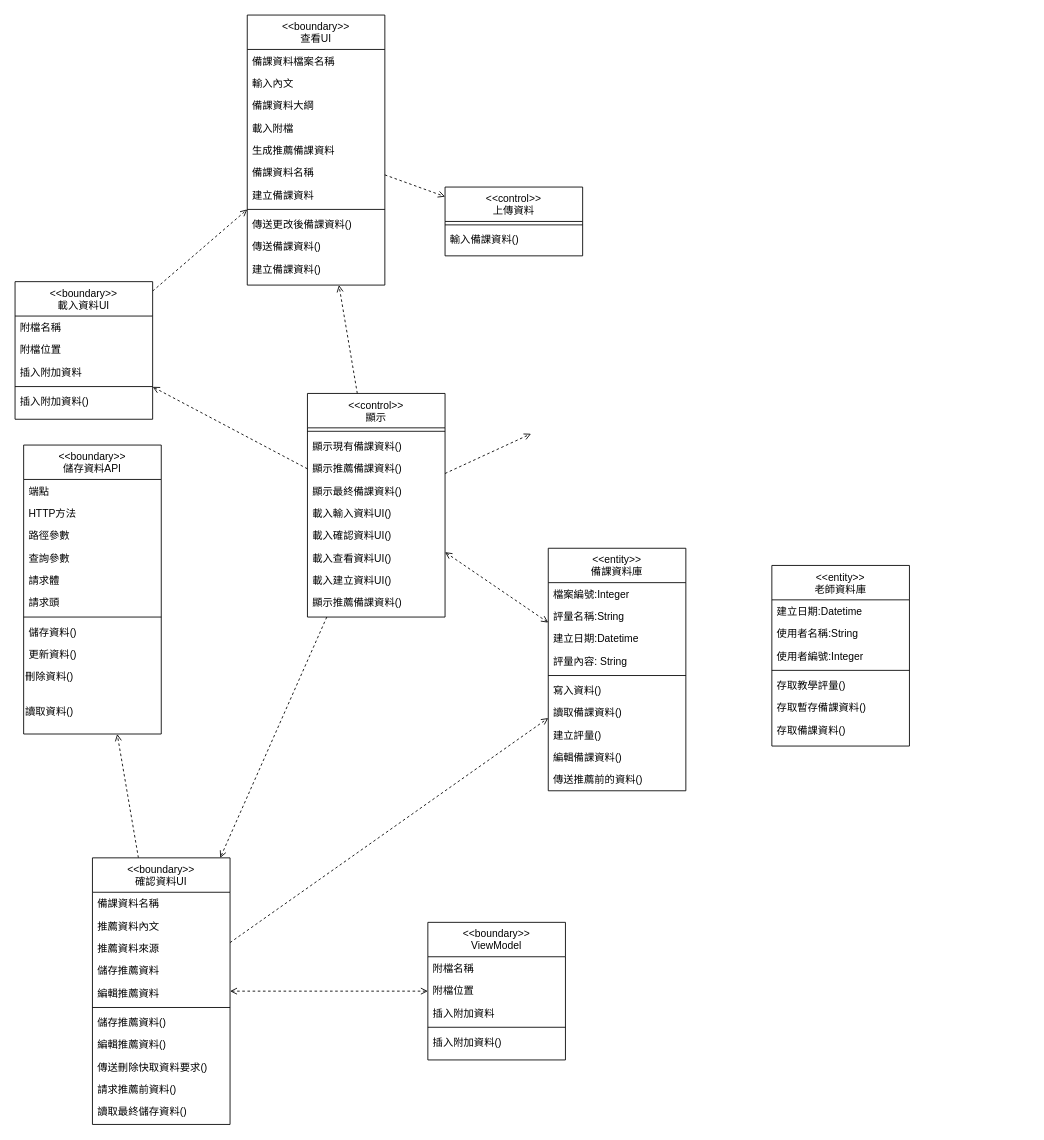
Earlier version of the draw.io diagram 類別圖(建立備課資料)修改.drawio (Kevincheng0804/System-analysis). Source tidied: cells renumbered, new cells numbered last; positions are measured from the earlier drawing's top-left corner, leaving out a move shared by most shapes. Both pictures are drawn from the tidied source at 86%, with x=0, y=0 at pixel (15, 15).
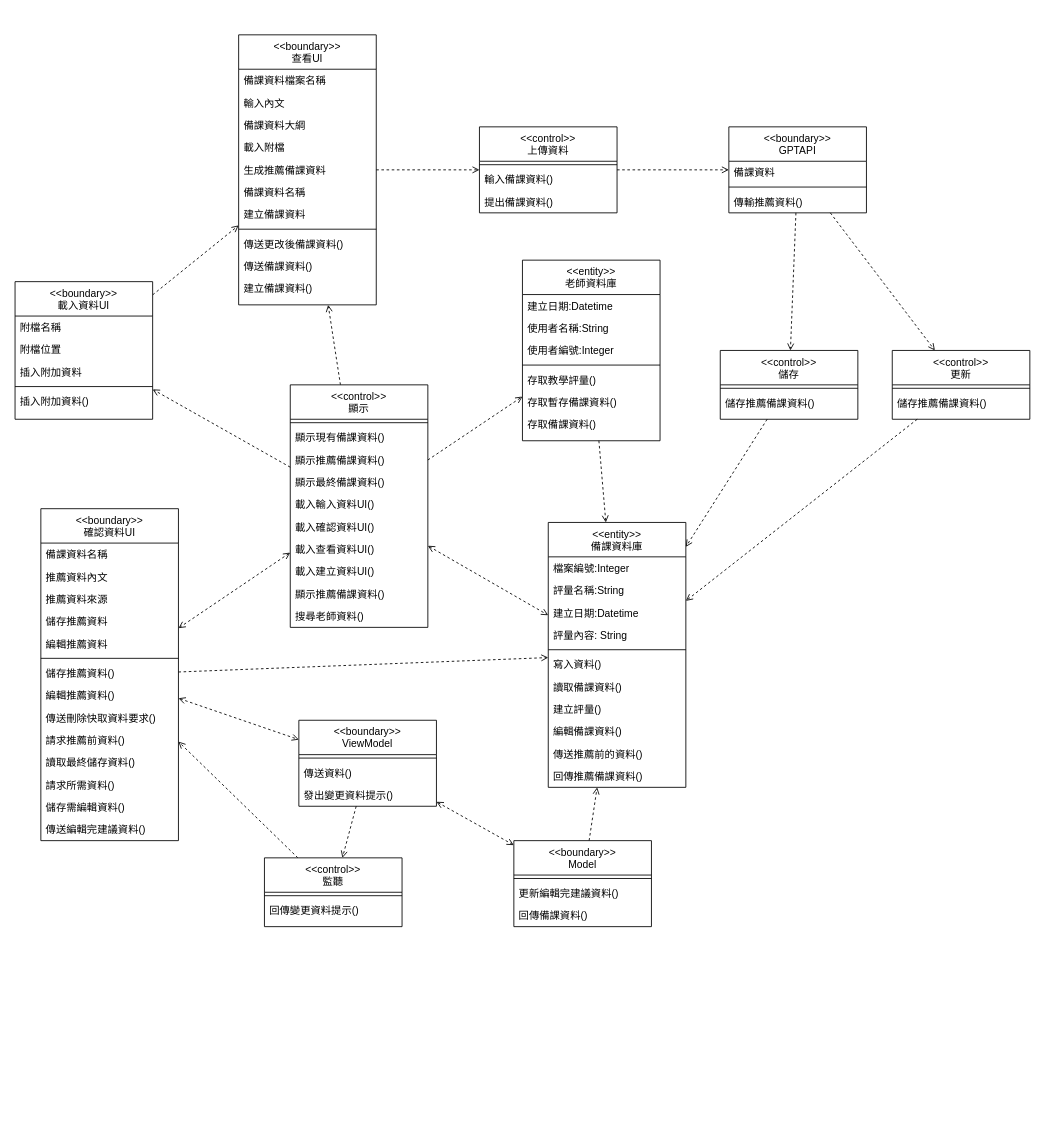
Above is the later version.

Change to the diagram source:
```diff
@@
-    <mxCell id="9" style="edgeStyle=none;html=1;dashed=1;endArrow=open;endFill=0;" parent="1" edge="1" source="10" target="49">
+    <mxCell id="9" style="edgeStyle=none;html=1;dashed=1;endArrow=open;endFill=0;startArrow=none;startFill=0;" parent="1" edge="1" source="10" target="49">
       <mxGeometry relative="1" as="geometry" />
     </mxCell>
     <mxCell id="10" value="&lt;&lt;boundary&gt;&gt;&#10;查看UI" style="swimlane;fontStyle=0;align=center;verticalAlign=top;horizontal=1;startSize=40;rounded=0;shadow=0;strokeWidth=1;" parent="1" vertex="1">
-      <mxGeometry x="270" width="160" height="314" as="geometry" />
+      <mxGeometry x="260" y="23" width="160" height="314" as="geometry" />
     </mxCell>
@@
-    <mxCell id="22" style="edgeStyle=none;html=1;dashed=1;endArrow=open;endFill=0;" parent="1" edge="1" source="25" target="37">
-      <mxGeometry relative="1" as="geometry" />
-    </mxCell>
@@
     <mxCell id="25" value="&lt;&lt;boundary&gt;&gt;&#10;確認資料UI" style="swimlane;fontStyle=0;align=center;verticalAlign=top;horizontal=1;startSize=40;rounded=0;shadow=0;strokeWidth=1;" parent="1" vertex="1">
-      <mxGeometry x="90" y="980" width="160" height="310" as="geometry" />
+      <mxGeometry x="30" y="574" width="160" height="386" as="geometry" />
     </mxCell>
@@
-    <mxCell id="37" value="&lt;&lt;boundary&gt;&gt;&#10;儲存資料API" style="swimlane;fontStyle=0;align=center;verticalAlign=top;horizontal=1;startSize=40;rounded=0;shadow=0;strokeWidth=1;" parent="1" vertex="1">
-      <mxGeometry x="10" y="500" width="160" height="336" as="geometry" />
-    </mxCell>
-    <mxCell id="38" value="端點" style="text;align=left;verticalAlign=top;spacingLeft=4;spacingRight=4;overflow=hidden;rounded=0;shadow=0;html=0;" parent="37" vertex="1">
-      <mxGeometry y="40" width="160" height="26" as="geometry" />
-    </mxCell>
-    <mxCell id="39" value="HTTP方法" style="text;align=left;verticalAlign=top;spacingLeft=4;spacingRight=4;overflow=hidden;" parent="37" vertex="1">
-      <mxGeometry y="66" width="160" height="26" as="geometry" />
-    </mxCell>
-    <mxCell id="40" value="路徑參數" style="text;align=left;verticalAlign=top;spacingLeft=4;spacingRight=4;overflow=hidden;rounded=0;shadow=0;html=0;" parent="37" vertex="1">
-      <mxGeometry y="92" width="160" height="26" as="geometry" />
-    </mxCell>
-    <mxCell id="41" value="查詢參數" style="text;align=left;verticalAlign=top;spacingLeft=4;spacingRight=4;overflow=hidden;rounded=0;shadow=0;html=0;" parent="37" vertex="1">
-      <mxGeometry y="118" width="160" height="26" as="geometry" />
-    </mxCell>
-    <mxCell id="42" value="請求體" style="text;align=left;verticalAlign=top;spacingLeft=4;spacingRight=4;overflow=hidden;rounded=0;shadow=0;html=0;" parent="37" vertex="1">
-      <mxGeometry y="144" width="160" height="26" as="geometry" />
-    </mxCell>
-    <mxCell id="43" value="請求頭" style="text;align=left;verticalAlign=top;spacingLeft=4;spacingRight=4;overflow=hidden;" parent="37" vertex="1">
-      <mxGeometry y="170" width="160" height="26" as="geometry" />
-    </mxCell>
-    <mxCell id="44" style="line;html=1;strokeWidth=1;align=left;verticalAlign=middle;spacingTop=-1;spacingLeft=3;spacingRight=3;labelPosition=right;" parent="37" vertex="1">
-      <mxGeometry y="196" width="160" height="8" as="geometry" />
-    </mxCell>
-    <mxCell id="45" value="儲存資料()" style="text;align=left;verticalAlign=top;spacingLeft=4;spacingRight=4;overflow=hidden;" parent="37" vertex="1">
-      <mxGeometry y="204" width="160" height="26" as="geometry" />
-    </mxCell>
-    <mxCell id="46" value="更新資料()" style="text;align=left;verticalAlign=top;spacingLeft=4;spacingRight=4;overflow=hidden;" parent="37" vertex="1">
-      <mxGeometry y="230" width="160" height="26" as="geometry" />
-    </mxCell>
-    <mxCell id="47" value="刪除資料()" style="text;whiteSpace=wrap;" parent="37" vertex="1">
-      <mxGeometry y="256" width="160" height="40" as="geometry" />
-    </mxCell>
-    <mxCell id="48" value="讀取資料()" style="text;whiteSpace=wrap;" parent="37" vertex="1">
-      <mxGeometry y="296" width="160" height="40" as="geometry" />
-    </mxCell>
+    <mxCell id="83" value="請求所需資料()" style="text;align=left;verticalAlign=top;spacingLeft=4;spacingRight=4;overflow=hidden;" parent="25" vertex="1">
+      <mxGeometry y="308" width="160" height="26" as="geometry" />
+    </mxCell>
+    <mxCell id="92" value="儲存需編輯資料()" style="text;align=left;verticalAlign=top;spacingLeft=4;spacingRight=4;overflow=hidden;" parent="25" vertex="1">
+      <mxGeometry y="334" width="160" height="26" as="geometry" />
+    </mxCell>
+    <mxCell id="93" value="傳送編輯完建議資料()" style="text;align=left;verticalAlign=top;spacingLeft=4;spacingRight=4;overflow=hidden;" parent="25" vertex="1">
+      <mxGeometry y="360" width="160" height="26" as="geometry" />
+    </mxCell>
+    <mxCell id="94" style="edgeStyle=none;html=1;dashed=1;startArrow=none;startFill=0;endArrow=open;endFill=0;" parent="1" edge="1" source="49" target="106">
+      <mxGeometry relative="1" as="geometry" />
+    </mxCell>
     <mxCell id="49" value="&lt;&lt;control&gt;&gt;&#10;上傳資料" style="swimlane;fontStyle=0;align=center;verticalAlign=top;horizontal=1;startSize=40;rounded=0;shadow=0;strokeWidth=1;" parent="1" vertex="1">
-      <mxGeometry x="500" y="200" width="160" height="80" as="geometry" />
+      <mxGeometry x="540" y="130" width="160" height="100" as="geometry" />
     </mxCell>
@@
+    <mxCell id="95" value="提出備課資料()" style="text;align=left;verticalAlign=top;spacingLeft=4;spacingRight=4;overflow=hidden;" parent="49" vertex="1">
+      <mxGeometry y="74" width="160" height="26" as="geometry" />
+    </mxCell>
@@
-    <mxCell id="53" style="edgeStyle=none;html=1;dashed=1;endArrow=open;endFill=0;" parent="1" edge="1" source="57" target="25">
+    <mxCell id="53" style="edgeStyle=none;html=1;dashed=1;endArrow=open;endFill=0;startArrow=open;startFill=0;" parent="1" edge="1" source="57" target="25">
       <mxGeometry relative="1" as="geometry" />
     </mxCell>
-    <mxCell id="54" style="edgeStyle=none;html=1;dashed=1;endArrow=open;endFill=0;" parent="1" edge="1" source="57">
-      <mxGeometry relative="1" as="geometry">
-        <mxPoint x="600" y="486.9" as="targetPoint" />
-      </mxGeometry>
-    </mxCell>
@@
+    <mxCell id="96" style="edgeStyle=none;html=1;dashed=1;endArrow=open;endFill=0;" parent="1" edge="1" source="57" target="84">
+      <mxGeometry relative="1" as="geometry" />
+    </mxCell>
     <mxCell id="57" value="&lt;&lt;control&gt;&gt;&#10;顯示" style="swimlane;fontStyle=0;align=center;verticalAlign=top;horizontal=1;startSize=40;rounded=0;shadow=0;strokeWidth=1;" parent="1" vertex="1">
-      <mxGeometry x="340" y="440" width="160" height="260" as="geometry" />
+      <mxGeometry x="320" y="430" width="160" height="282" as="geometry" />
     </mxCell>
@@
+    <mxCell id="97" value="搜尋老師資料()" style="text;align=left;verticalAlign=top;spacingLeft=4;spacingRight=4;overflow=hidden;" parent="57" vertex="1">
+      <mxGeometry y="256" width="160" height="26" as="geometry" />
+    </mxCell>
     <mxCell id="67" value="&lt;&lt;entity&gt;&gt;&#10;備課資料庫" style="swimlane;fontStyle=0;align=center;verticalAlign=top;horizontal=1;startSize=40;rounded=0;shadow=0;strokeWidth=1;" parent="1" vertex="1">
-      <mxGeometry x="620" y="620" width="160" height="282" as="geometry" />
+      <mxGeometry x="620" y="590" width="160" height="308" as="geometry" />
     </mxCell>
@@
+    <mxCell id="98" value="回傳推薦備課資料()" style="text;align=left;verticalAlign=top;spacingLeft=4;spacingRight=4;overflow=hidden;" parent="67" vertex="1">
+      <mxGeometry y="282" width="160" height="26" as="geometry" />
+    </mxCell>
+    <mxCell id="99" style="edgeStyle=none;html=1;dashed=1;startArrow=open;startFill=0;endArrow=open;endFill=0;" parent="1" edge="1" source="78" target="119">
+      <mxGeometry relative="1" as="geometry" />
+    </mxCell>
+    <mxCell id="100" style="edgeStyle=none;html=1;dashed=1;startArrow=none;startFill=0;endArrow=open;endFill=0;" parent="1" edge="1" source="78" target="124">
+      <mxGeometry relative="1" as="geometry" />
+    </mxCell>
     <mxCell id="78" value="&lt;&lt;boundary&gt;&gt;&#10;ViewModel" style="swimlane;fontStyle=0;align=center;verticalAlign=top;horizontal=1;startSize=40;rounded=0;shadow=0;strokeWidth=1;" parent="1" vertex="1">
-      <mxGeometry x="480" y="1055" width="160" height="160" as="geometry" />
+      <mxGeometry x="330" y="820" width="160" height="100" as="geometry" />
     </mxCell>
-    <mxCell id="79" value="附檔名稱" style="text;align=left;verticalAlign=top;spacingLeft=4;spacingRight=4;overflow=hidden;rounded=0;shadow=0;html=0;" parent="78" vertex="1">
-      <mxGeometry y="40" width="160" height="26" as="geometry" />
-    </mxCell>
-    <mxCell id="80" value="附檔位置" style="text;align=left;verticalAlign=top;spacingLeft=4;spacingRight=4;overflow=hidden;" parent="78" vertex="1">
-      <mxGeometry y="66" width="160" height="26" as="geometry" />
-    </mxCell>
-    <mxCell id="81" value="插入附加資料" style="text;align=left;verticalAlign=top;spacingLeft=4;spacingRight=4;overflow=hidden;rounded=0;shadow=0;html=0;" parent="78" vertex="1">
-      <mxGeometry y="92" width="160" height="26" as="geometry" />
-    </mxCell>
     <mxCell id="82" style="line;html=1;strokeWidth=1;align=left;verticalAlign=middle;spacingTop=-1;spacingLeft=3;spacingRight=3;labelPosition=right;" parent="78" vertex="1">
-      <mxGeometry y="118" width="160" height="8" as="geometry" />
+      <mxGeometry y="40" width="160" height="8" as="geometry" />
     </mxCell>
-    <mxCell id="83" value="插入附加資料()" style="text;align=left;verticalAlign=top;spacingLeft=4;spacingRight=4;overflow=hidden;" parent="78" vertex="1">
-      <mxGeometry y="126" width="160" height="26" as="geometry" />
-    </mxCell>
+    <mxCell id="101" value="傳送資料()" style="text;align=left;verticalAlign=top;spacingLeft=4;spacingRight=4;overflow=hidden;" parent="78" vertex="1">
+      <mxGeometry y="48" width="160" height="26" as="geometry" />
+    </mxCell>
+    <mxCell id="102" value="發出變更資料提示()" style="text;align=left;verticalAlign=top;spacingLeft=4;spacingRight=4;overflow=hidden;" parent="78" vertex="1">
+      <mxGeometry y="74" width="160" height="26" as="geometry" />
+    </mxCell>
+    <mxCell id="103" style="edgeStyle=none;html=1;dashed=1;endArrow=open;endFill=0;" parent="1" edge="1" source="84" target="67">
+      <mxGeometry relative="1" as="geometry" />
+    </mxCell>
     <mxCell id="84" value="&lt;&lt;entity&gt;&gt;&#10;老師資料庫" style="swimlane;fontStyle=0;align=center;verticalAlign=top;horizontal=1;startSize=40;rounded=0;shadow=0;strokeWidth=1;" parent="1" vertex="1">
-      <mxGeometry x="880" y="640" width="160" height="210" as="geometry" />
+      <mxGeometry x="590" y="285" width="160" height="210" as="geometry" />
     </mxCell>
@@
+    <mxCell id="104" style="edgeStyle=none;html=1;dashed=1;startArrow=none;startFill=0;endArrow=open;endFill=0;" parent="1" edge="1" source="106" target="111">
+      <mxGeometry relative="1" as="geometry" />
+    </mxCell>
+    <mxCell id="105" style="edgeStyle=none;html=1;dashed=1;startArrow=none;startFill=0;endArrow=open;endFill=0;" parent="1" edge="1" source="106" target="115">
+      <mxGeometry relative="1" as="geometry" />
+    </mxCell>
+    <mxCell id="106" value="&lt;&lt;boundary&gt;&gt;&#10;GPTAPI" style="swimlane;fontStyle=0;align=center;verticalAlign=top;horizontal=1;startSize=40;rounded=0;shadow=0;strokeWidth=1;" parent="1" vertex="1">
+      <mxGeometry x="830" y="130" width="160" height="100" as="geometry" />
+    </mxCell>
+    <mxCell id="107" value="備課資料" style="text;align=left;verticalAlign=top;spacingLeft=4;spacingRight=4;overflow=hidden;rounded=0;shadow=0;html=0;" parent="106" vertex="1">
+      <mxGeometry y="40" width="160" height="26" as="geometry" />
+    </mxCell>
+    <mxCell id="108" style="line;html=1;strokeWidth=1;align=left;verticalAlign=middle;spacingTop=-1;spacingLeft=3;spacingRight=3;labelPosition=right;" parent="106" vertex="1">
+      <mxGeometry y="66" width="160" height="8" as="geometry" />
+    </mxCell>
+    <mxCell id="109" value="傳輸推薦資料()" style="text;align=left;verticalAlign=top;spacingLeft=4;spacingRight=4;overflow=hidden;" parent="106" vertex="1">
+      <mxGeometry y="74" width="160" height="26" as="geometry" />
+    </mxCell>
+    <mxCell id="110" style="edgeStyle=none;html=1;dashed=1;startArrow=none;startFill=0;endArrow=open;endFill=0;" parent="1" edge="1" source="111" target="67">
+      <mxGeometry relative="1" as="geometry" />
+    </mxCell>
+    <mxCell id="111" value="&lt;&lt;control&gt;&gt;&#10;儲存" style="swimlane;fontStyle=0;align=center;verticalAlign=top;horizontal=1;startSize=40;rounded=0;shadow=0;strokeWidth=1;" parent="1" vertex="1">
+      <mxGeometry x="820" y="390" width="160" height="80" as="geometry" />
+    </mxCell>
+    <mxCell id="112" style="line;html=1;strokeWidth=1;align=left;verticalAlign=middle;spacingTop=-1;spacingLeft=3;spacingRight=3;labelPosition=right;" parent="111" vertex="1">
+      <mxGeometry y="40" width="160" height="8" as="geometry" />
+    </mxCell>
+    <mxCell id="113" value="儲存推薦備課資料()" style="text;align=left;verticalAlign=top;spacingLeft=4;spacingRight=4;overflow=hidden;" parent="111" vertex="1">
+      <mxGeometry y="48" width="160" height="26" as="geometry" />
+    </mxCell>
+    <mxCell id="114" style="edgeStyle=none;html=1;dashed=1;startArrow=none;startFill=0;endArrow=open;endFill=0;" parent="1" edge="1" source="115" target="67">
+      <mxGeometry relative="1" as="geometry" />
+    </mxCell>
+    <mxCell id="115" value="&lt;&lt;control&gt;&gt;&#10;更新" style="swimlane;fontStyle=0;align=center;verticalAlign=top;horizontal=1;startSize=40;rounded=0;shadow=0;strokeWidth=1;" parent="1" vertex="1">
+      <mxGeometry x="1020" y="390" width="160" height="80" as="geometry" />
+    </mxCell>
+    <mxCell id="116" style="line;html=1;strokeWidth=1;align=left;verticalAlign=middle;spacingTop=-1;spacingLeft=3;spacingRight=3;labelPosition=right;" parent="115" vertex="1">
+      <mxGeometry y="40" width="160" height="8" as="geometry" />
+    </mxCell>
+    <mxCell id="117" value="儲存推薦備課資料()" style="text;align=left;verticalAlign=top;spacingLeft=4;spacingRight=4;overflow=hidden;" parent="115" vertex="1">
+      <mxGeometry y="48" width="160" height="26" as="geometry" />
+    </mxCell>
+    <mxCell id="118" style="edgeStyle=none;html=1;dashed=1;startArrow=none;startFill=0;endArrow=open;endFill=0;" parent="1" edge="1" source="119" target="67">
+      <mxGeometry relative="1" as="geometry" />
+    </mxCell>
+    <mxCell id="119" value="&lt;&lt;boundary&gt;&gt;&#10;Model" style="swimlane;fontStyle=0;align=center;verticalAlign=top;horizontal=1;startSize=40;rounded=0;shadow=0;strokeWidth=1;" parent="1" vertex="1">
+      <mxGeometry x="580" y="960" width="160" height="100" as="geometry" />
+    </mxCell>
+    <mxCell id="120" style="line;html=1;strokeWidth=1;align=left;verticalAlign=middle;spacingTop=-1;spacingLeft=3;spacingRight=3;labelPosition=right;" parent="119" vertex="1">
+      <mxGeometry y="40" width="160" height="8" as="geometry" />
+    </mxCell>
+    <mxCell id="121" value="更新編輯完建議資料()" style="text;align=left;verticalAlign=top;spacingLeft=4;spacingRight=4;overflow=hidden;" parent="119" vertex="1">
+      <mxGeometry y="48" width="160" height="26" as="geometry" />
+    </mxCell>
+    <mxCell id="122" value="回傳備課資料()" style="text;align=left;verticalAlign=top;spacingLeft=4;spacingRight=4;overflow=hidden;" parent="119" vertex="1">
+      <mxGeometry y="74" width="160" height="26" as="geometry" />
+    </mxCell>
+    <mxCell id="123" style="edgeStyle=none;html=1;dashed=1;startArrow=none;startFill=0;endArrow=open;endFill=0;" parent="1" edge="1" source="124" target="25">
+      <mxGeometry relative="1" as="geometry" />
+    </mxCell>
+    <mxCell id="124" value="&lt;&lt;control&gt;&gt;&#10;監聽" style="swimlane;fontStyle=0;align=center;verticalAlign=top;horizontal=1;startSize=40;rounded=0;shadow=0;strokeWidth=1;" parent="1" vertex="1">
+      <mxGeometry x="290" y="980" width="160" height="80" as="geometry" />
+    </mxCell>
+    <mxCell id="125" style="line;html=1;strokeWidth=1;align=left;verticalAlign=middle;spacingTop=-1;spacingLeft=3;spacingRight=3;labelPosition=right;" parent="124" vertex="1">
+      <mxGeometry y="40" width="160" height="8" as="geometry" />
+    </mxCell>
+    <mxCell id="126" value="回傳變更資料提示()" style="text;align=left;verticalAlign=top;spacingLeft=4;spacingRight=4;overflow=hidden;" parent="124" vertex="1">
+      <mxGeometry y="48" width="160" height="26" as="geometry" />
+    </mxCell>
```
